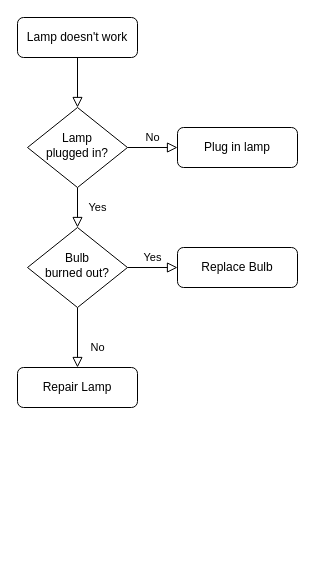
This is Leap year flow chart.drawio from shivam4648/CSS---my-site, a draw.io file, before an edit. Source tidied: cells renumbered, new cells numbered last; positions are measured from the earlier drawing's top-left corner, leaving out a move shared by most shapes. Both pictures are drawn from the tidied source at 100%, with x=0, y=0 at pixel (17, 17).
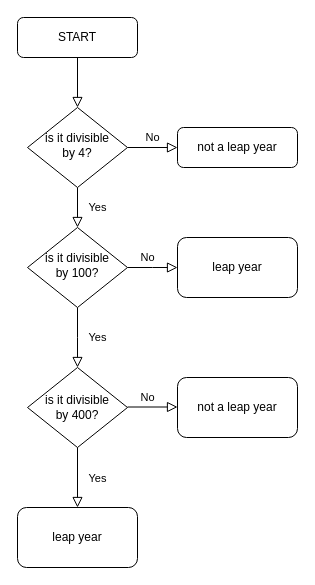
Above is the later version.

Diff of the diagram source:
```diff
@@
-    <mxCell id="3" value="Lamp doesn't work" style="rounded=1;whiteSpace=wrap;html=1;fontSize=12;glass=0;strokeWidth=1;shadow=0;" parent="1" vertex="1">
+    <mxCell id="3" value="START" style="rounded=1;whiteSpace=wrap;html=1;fontSize=12;glass=0;strokeWidth=1;shadow=0;" parent="1" vertex="1">
       <mxGeometry width="120" height="40" as="geometry" />
     </mxCell>
@@
-    <mxCell id="6" value="Lamp&lt;br&gt;plugged in?" style="rhombus;whiteSpace=wrap;html=1;shadow=0;fontFamily=Helvetica;fontSize=12;align=center;strokeWidth=1;spacing=6;spacingTop=-4;" parent="1" vertex="1">
+    <mxCell id="6" value="is it divisible&lt;br&gt;by 4?" style="rhombus;whiteSpace=wrap;html=1;shadow=0;fontFamily=Helvetica;fontSize=12;align=center;strokeWidth=1;spacing=6;spacingTop=-4;" parent="1" vertex="1">
       <mxGeometry x="10" y="90" width="100" height="80" as="geometry" />
     </mxCell>
-    <mxCell id="7" value="Plug in lamp" style="rounded=1;whiteSpace=wrap;html=1;fontSize=12;glass=0;strokeWidth=1;shadow=0;" parent="1" vertex="1">
+    <mxCell id="7" value="not a leap year" style="rounded=1;whiteSpace=wrap;html=1;fontSize=12;glass=0;strokeWidth=1;shadow=0;" parent="1" vertex="1">
       <mxGeometry x="160" y="110" width="120" height="40" as="geometry" />
     </mxCell>
-    <mxCell id="8" value="No" style="rounded=0;html=1;jettySize=auto;fontSize=11;endArrow=block;endFill=0;endSize=8;strokeWidth=1;shadow=0;labelBackgroundColor=none;edgeStyle=orthogonalEdgeStyle;" parent="1" edge="1" source="10" target="11">
-      <mxGeometry x="0.33" y="20" relative="1" as="geometry" />
+    <mxCell id="8" value="No" style="rounded=0;html=1;jettySize=auto;fontSize=11;endArrow=block;endFill=0;endSize=8;strokeWidth=1;shadow=0;labelBackgroundColor=none;edgeStyle=orthogonalEdgeStyle;" parent="1" edge="1" source="10">
+      <mxGeometry x="-1" y="86" relative="1" as="geometry">
+        <mxPoint x="60" y="350" as="targetPoint" />
+        <mxPoint x="-16" y="-50" as="offset" />
+      </mxGeometry>
     </mxCell>
-    <mxCell id="9" value="Yes" style="edgeStyle=orthogonalEdgeStyle;rounded=0;html=1;jettySize=auto;fontSize=11;endArrow=block;endFill=0;endSize=8;strokeWidth=1;shadow=0;labelBackgroundColor=none;" parent="1" edge="1" source="10" target="12">
-      <mxGeometry y="10" relative="1" as="geometry" />
+    <mxCell id="9" value="Yes" style="edgeStyle=orthogonalEdgeStyle;rounded=0;html=1;jettySize=auto;fontSize=11;endArrow=block;endFill=0;endSize=8;strokeWidth=1;shadow=0;labelBackgroundColor=none;" parent="1" edge="1" source="10">
+      <mxGeometry x="-1" y="-76" relative="1" as="geometry">
+        <mxPoint x="160" y="250" as="targetPoint" />
+        <mxPoint x="-30" y="-6" as="offset" />
+      </mxGeometry>
     </mxCell>
-    <mxCell id="10" value="Bulb&lt;br&gt;burned out?" style="rhombus;whiteSpace=wrap;html=1;shadow=0;fontFamily=Helvetica;fontSize=12;align=center;strokeWidth=1;spacing=6;spacingTop=-4;" parent="1" vertex="1">
+    <mxCell id="10" value="is it divisible&lt;br&gt;by 100?" style="rhombus;whiteSpace=wrap;html=1;shadow=0;fontFamily=Helvetica;fontSize=12;align=center;strokeWidth=1;spacing=6;spacingTop=-4;" parent="1" vertex="1">
       <mxGeometry x="10" y="210" width="100" height="80" as="geometry" />
     </mxCell>
-    <mxCell id="11" value="Repair Lamp" style="rounded=1;whiteSpace=wrap;html=1;fontSize=12;glass=0;strokeWidth=1;shadow=0;" parent="1" vertex="1">
-      <mxGeometry y="350" width="120" height="40" as="geometry" />
-    </mxCell>
-    <mxCell id="12" value="Replace Bulb" style="rounded=1;whiteSpace=wrap;html=1;fontSize=12;glass=0;strokeWidth=1;shadow=0;" parent="1" vertex="1">
-      <mxGeometry x="160" y="230" width="120" height="40" as="geometry" />
-    </mxCell>
+    <mxCell id="13" value="leap year" style="rounded=1;whiteSpace=wrap;html=1;" parent="1" vertex="1">
+      <mxGeometry x="160" y="220" width="120" height="60" as="geometry" />
+    </mxCell>
+    <mxCell id="14" value="is it divisible&lt;br&gt;by 400?" style="rhombus;whiteSpace=wrap;html=1;" parent="1" vertex="1">
+      <mxGeometry x="10" y="350" width="100" height="80" as="geometry" />
+    </mxCell>
+    <mxCell id="15" value="Yes" style="edgeStyle=orthogonalEdgeStyle;rounded=0;html=1;jettySize=auto;orthogonalLoop=1;fontSize=11;endArrow=block;endFill=0;endSize=8;strokeWidth=1;shadow=0;labelBackgroundColor=none;" parent="1" edge="1">
+      <mxGeometry x="-1" y="-77" relative="1" as="geometry">
+        <mxPoint x="110" y="389.5" as="sourcePoint" />
+        <mxPoint x="160" y="389.5" as="targetPoint" />
+        <mxPoint x="-30" y="-6" as="offset" />
+      </mxGeometry>
+    </mxCell>
+    <mxCell id="16" value="No" style="rounded=0;html=1;jettySize=auto;orthogonalLoop=1;fontSize=11;endArrow=block;endFill=0;endSize=8;strokeWidth=1;shadow=0;labelBackgroundColor=none;edgeStyle=orthogonalEdgeStyle;" parent="1" edge="1">
+      <mxGeometry x="-1" y="86" relative="1" as="geometry">
+        <mxPoint x="60" y="430" as="sourcePoint" />
+        <mxPoint x="60" y="490" as="targetPoint" />
+        <mxPoint x="-16" y="-50" as="offset" />
+      </mxGeometry>
+    </mxCell>
+    <mxCell id="17" value="not a leap year" style="rounded=1;whiteSpace=wrap;html=1;" parent="1" vertex="1">
+      <mxGeometry x="160" y="360" width="120" height="60" as="geometry" />
+    </mxCell>
+    <mxCell id="18" value="leap year" style="rounded=1;whiteSpace=wrap;html=1;" parent="1" vertex="1">
+      <mxGeometry y="490" width="120" height="60" as="geometry" />
+    </mxCell>
```
